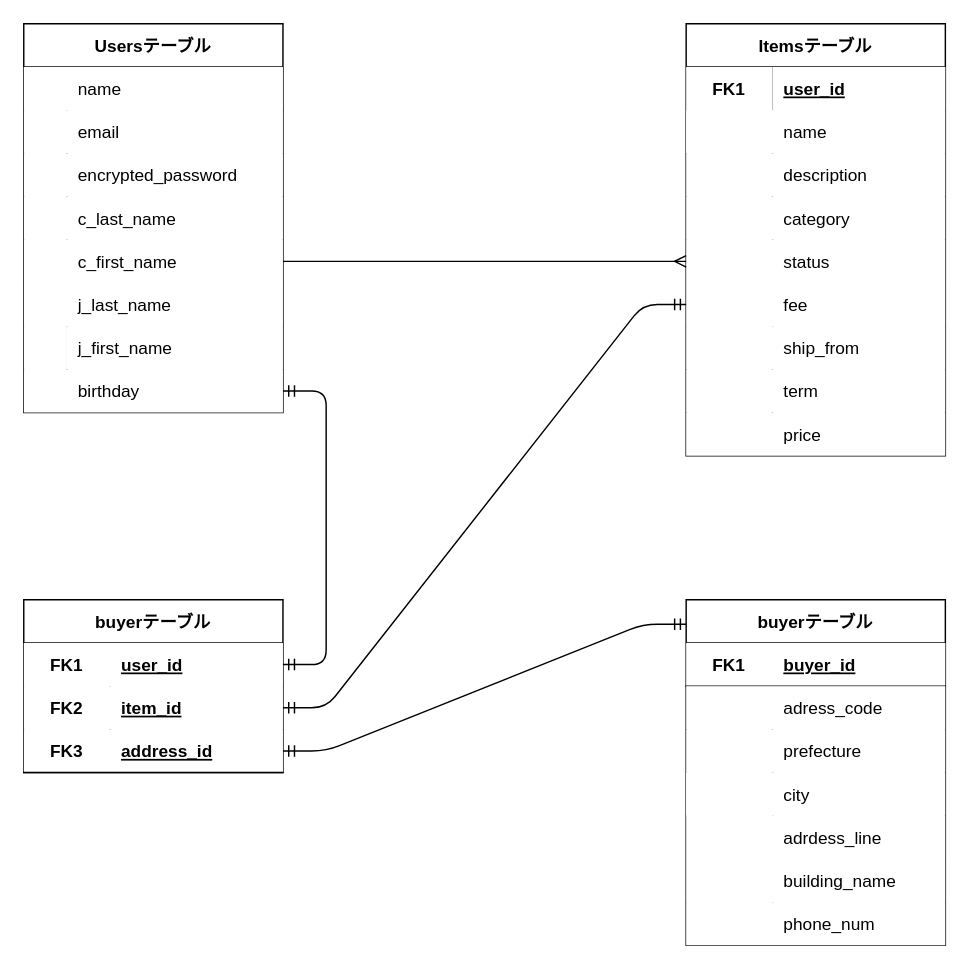
This is furima.dio from tochisuke221/furima-35388, a draw.io file, before an edit. Source tidied: cells renumbered, new cells numbered last; positions are measured from the earlier drawing's top-left corner, leaving out a move shared by most shapes. Both pictures are drawn from the tidied source at 144%, with x=0, y=0 at pixel (23, 23).
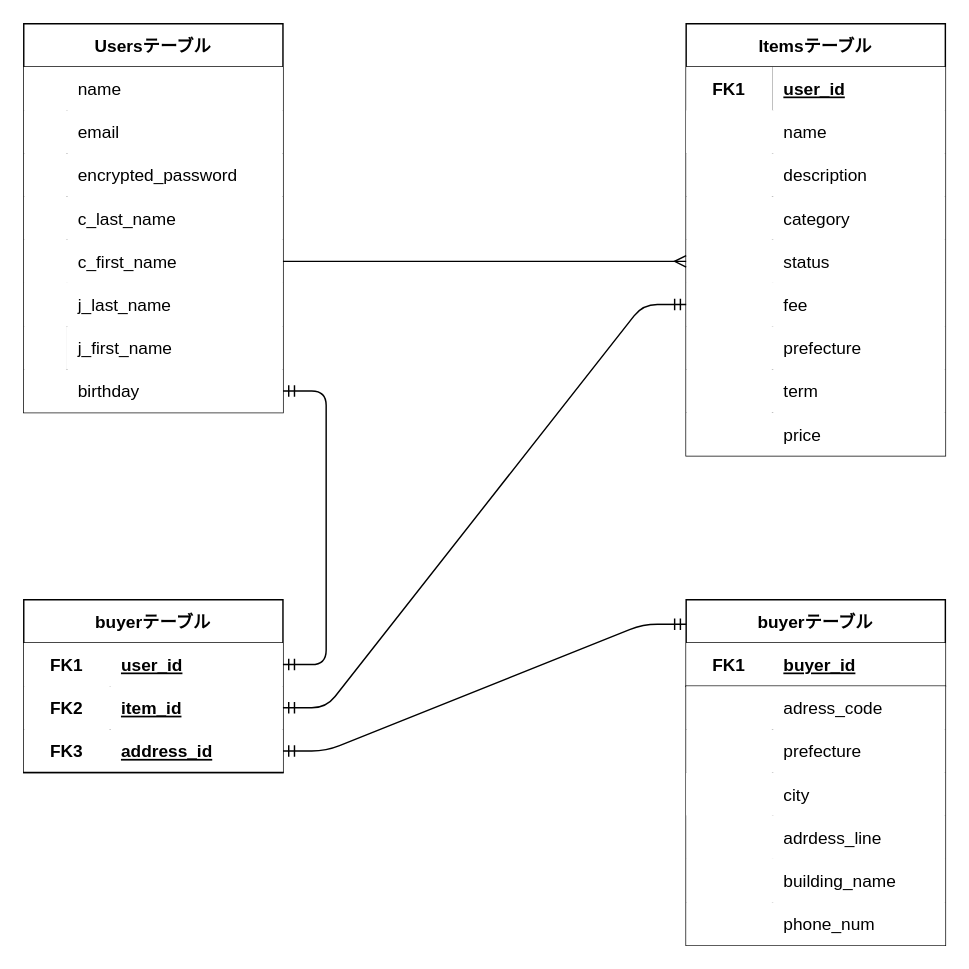
The same page after the edit.

Commit message (it also covers changes not shown here):
READMEとER図の修正2回目

Unchanged cells that the change refers to:
```xml
<mxCell id="21" style="shape=partialRectangle;top=0;left=0;bottom=0;right=0;" parent="2" vertex="1">
  <mxGeometry y="210" width="180" height="30" as="geometry" />
</mxCell>
```

Diff of the diagram source:
```diff
@@
-    <mxCell id="23" value="ship_from" style="shape=partialRectangle;fillColor=none;top=0;left=0;bottom=0;right=0;align=left;spacingLeft=6;overflow=hidden;" parent="21" vertex="1">
+    <mxCell id="23" value="prefecture" style="shape=partialRectangle;fillColor=none;top=0;left=0;bottom=0;right=0;align=left;spacingLeft=6;overflow=hidden;" parent="21" vertex="1">
       <mxGeometry x="60" width="120" height="30" as="geometry" />
     </mxCell>
```
